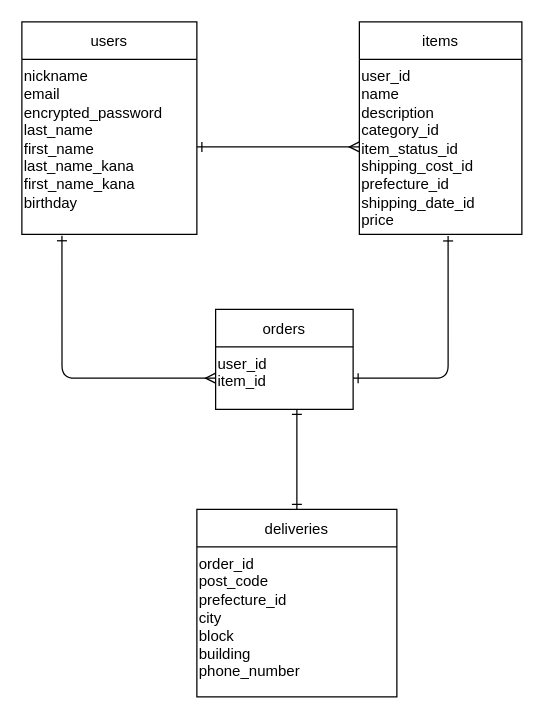
This is furima.dio from takabo-to/furima-37305, a draw.io file, before an edit. Source tidied: cells renumbered, new cells numbered last; positions are measured from the earlier drawing's top-left corner, leaving out a move shared by most shapes. Both pictures are drawn from the tidied source at 125%, with x=0, y=0 at pixel (21, 21).
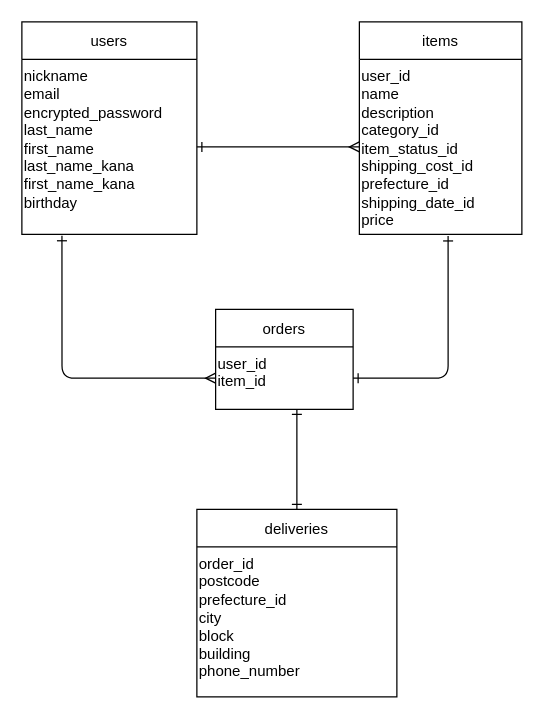
After the change.

Commit message (it also covers changes not shown here):
設計内容一部修正

Unchanged cells that the change refers to:
```xml
<mxCell id="14" style="shape=partialRectangle;fillColor=none;top=0;left=0;bottom=0;right=0;" parent="13" vertex="1">
  <mxGeometry y="30" width="160" height="120" as="geometry" />
</mxCell>
```

Change to the diagram source:
```diff
@@
-    <mxCell id="15" value="order_id&lt;br&gt;post_code&lt;br&gt;prefecture_id&lt;br&gt;city&lt;br&gt;block&lt;br&gt;building&lt;br&gt;phone_number" style="shape=partialRectangle;html=1;whiteSpace=wrap;overflow=hidden;fillColor=none;top=0;left=0;bottom=0;right=0;verticalAlign=top;align=left;" parent="14" vertex="1">
+    <mxCell id="15" value="order_id&lt;br&gt;postcode&lt;br&gt;prefecture_id&lt;br&gt;city&lt;br&gt;block&lt;br&gt;building&lt;br&gt;phone_number" style="shape=partialRectangle;html=1;whiteSpace=wrap;overflow=hidden;fillColor=none;top=0;left=0;bottom=0;right=0;verticalAlign=top;align=left;" parent="14" vertex="1">
       <mxGeometry width="160" height="120" as="geometry" />
     </mxCell>
```
